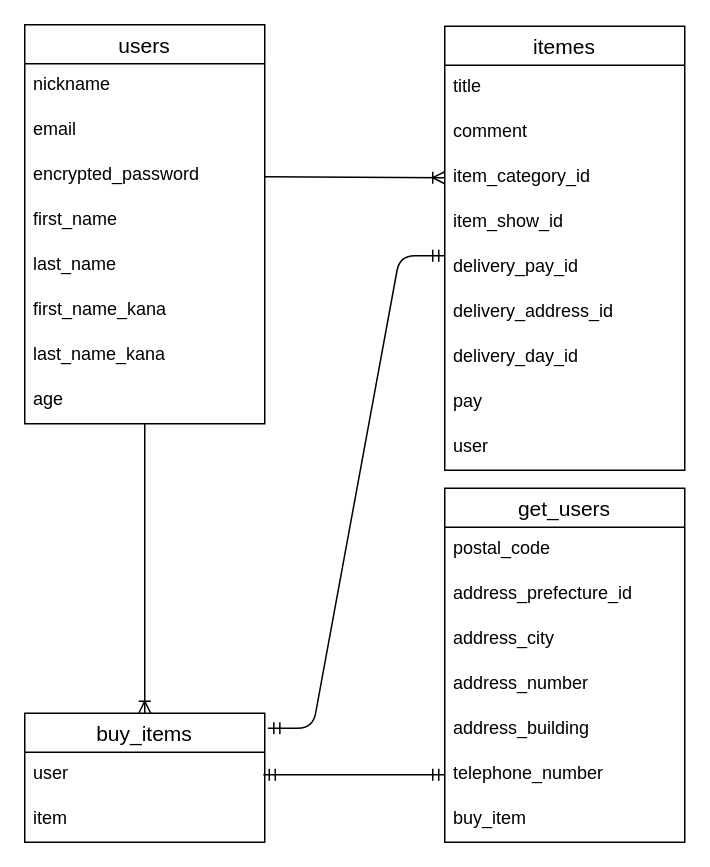
The draw.io diagram furima-36724.dio in shimiken0404/furima-36724, before the edit. Source tidied: cells renumbered, new cells numbered last; positions are measured from the earlier drawing's top-left corner, leaving out a move shared by most shapes. Both pictures are drawn from the tidied source at 150%, with x=0, y=0 at pixel (24, 24).
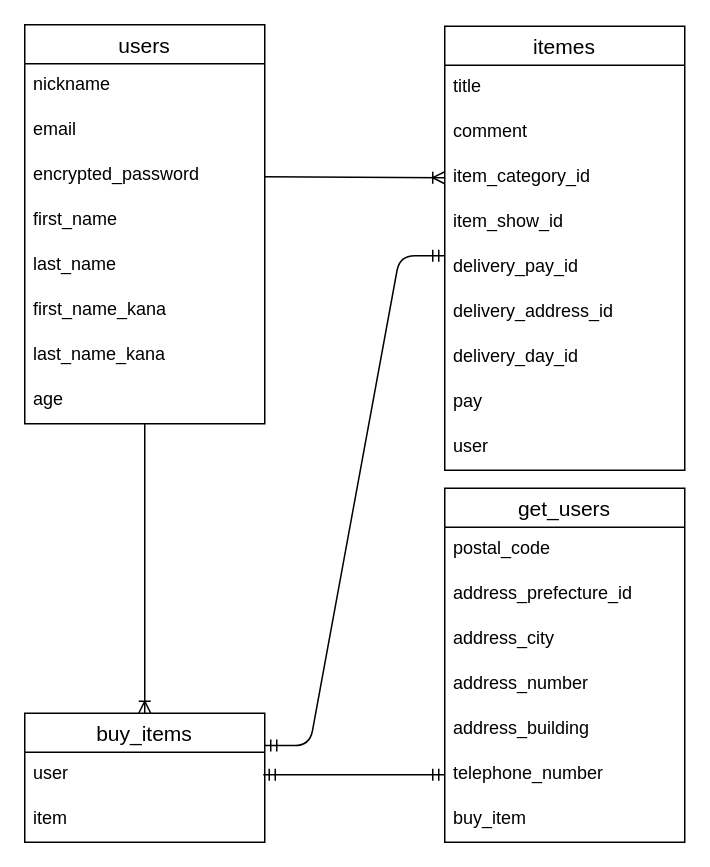
Above is the later version.

Commit message (it also covers changes not shown here):
formオブジェクト

The change refers to these unchanged cells:
```xml
<mxCell id="21" value="buy_items" style="swimlane;fontStyle=0;horizontal=1;startSize=26;align=center;fontSize=14;" parent="1" vertex="1">
  <mxGeometry y="459" width="160" height="86" as="geometry" />
</mxCell>
```

The edit, as a diff of the source:
```diff
@@
-    <mxCell id="33" style="edgeStyle=entityRelationEdgeStyle;fontSize=12;html=1;endArrow=ERmandOne;startArrow=ERmandOne;exitX=1.013;exitY=0.116;exitDx=0;exitDy=0;exitPerimeter=0;" parent="1" edge="1" source="21">
+    <mxCell id="33" style="edgeStyle=entityRelationEdgeStyle;fontSize=12;html=1;endArrow=ERmandOne;startArrow=ERmandOne;exitX=1;exitY=0.25;exitDx=0;exitDy=0;" parent="1" edge="1" source="21">
       <mxGeometry relative="1" as="geometry">
         <mxPoint x="280" y="154" as="targetPoint" />
       </mxGeometry>
     </mxCell>
```
